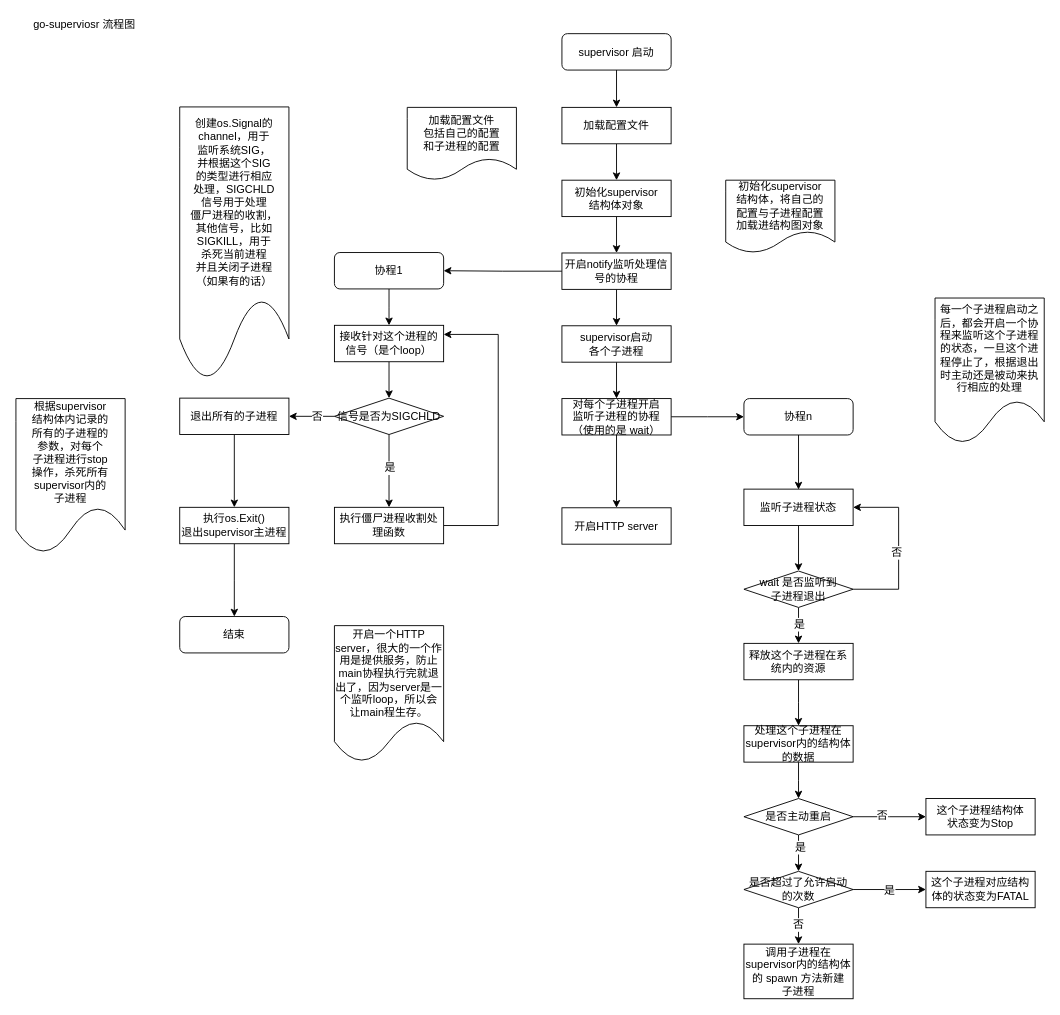
Before: go-supervisor流程图.drawio in LiErhua/draw.io, a draw.io diagram. Source tidied: cells renumbered, new cells numbered last; positions are measured from the earlier drawing's top-left corner, leaving out a move shared by most shapes. Both pictures are drawn from the tidied source at 91%, with x=0, y=0 at pixel (15, 15).
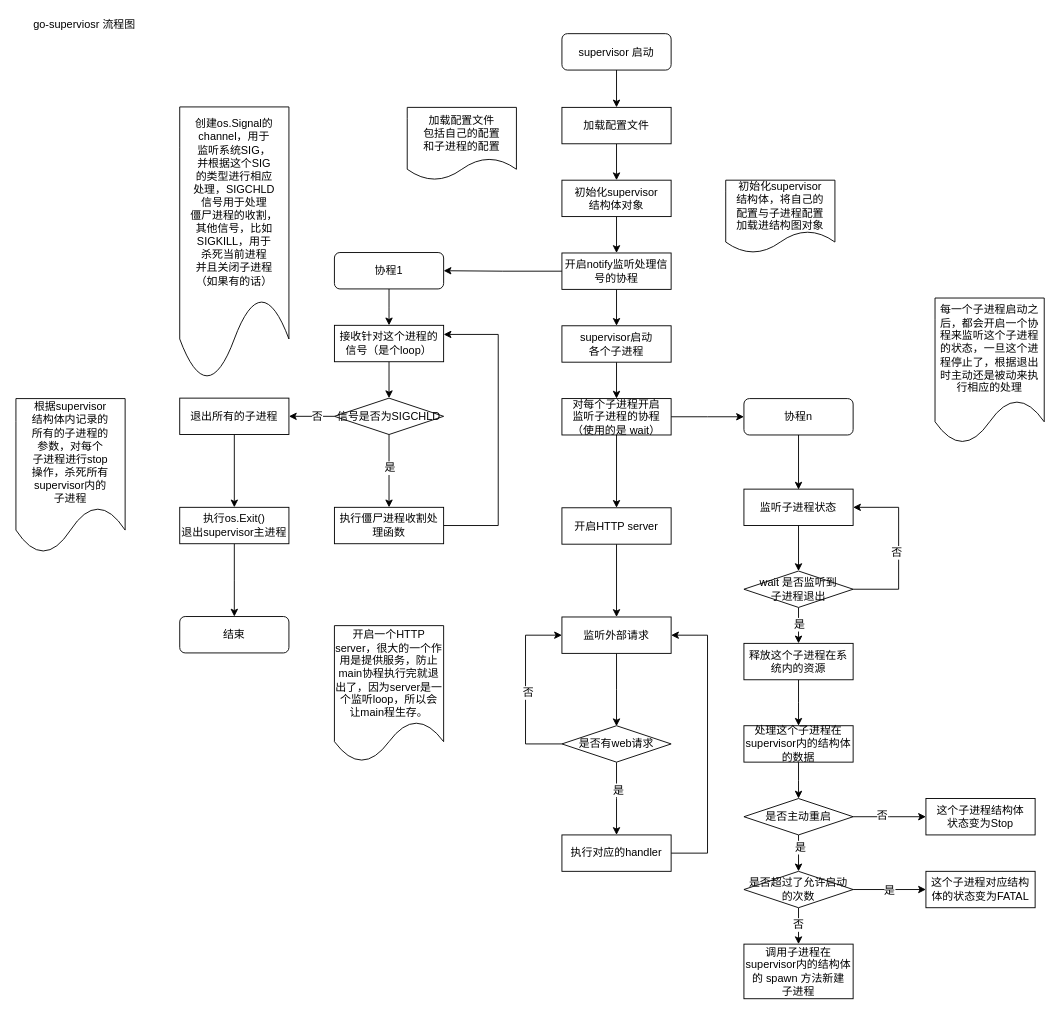
The same page after the edit.

The change refers to these unchanged cells:
```xml
<mxCell id="17" value="开启HTTP server" style="rounded=0;whiteSpace=wrap;html=1;" parent="1" vertex="1">
  <mxGeometry x="600" y="540.5" width="120" height="40" as="geometry" />
</mxCell>
```

The edit, as a diff of the source:
```diff
@@
+    <mxCell id="66" style="edgeStyle=orthogonalEdgeStyle;rounded=0;jettySize=auto;html=1;" parent="1" edge="1" source="17" target="68">
+      <mxGeometry relative="1" as="geometry" />
+    </mxCell>
@@
+    <mxCell id="67" style="edgeStyle=orthogonalEdgeStyle;rounded=0;jettySize=auto;html=1;" parent="1" edge="1" source="68">
+      <mxGeometry relative="1" as="geometry">
+        <mxPoint x="660" y="780.5" as="targetPoint" />
+      </mxGeometry>
+    </mxCell>
+    <mxCell id="68" value="监听外部请求" style="rounded=0;whiteSpace=wrap;html=1;" parent="1" vertex="1">
+      <mxGeometry x="600" y="660.5" width="120" height="40" as="geometry" />
+    </mxCell>
@@
+    <mxCell id="69" style="edgeStyle=orthogonalEdgeStyle;rounded=0;jettySize=auto;html=1;" parent="1" edge="1" source="73">
+      <mxGeometry relative="1" as="geometry">
+        <mxPoint x="660" y="900" as="targetPoint" />
+      </mxGeometry>
+    </mxCell>
+    <mxCell id="70" value="是" style="text;html=1;align=center;verticalAlign=middle;labelBackgroundColor=#ffffff;" parent="69" vertex="1">
+      <mxGeometry x="-0.26" y="1" relative="1" as="geometry" />
+    </mxCell>
+    <mxCell id="71" style="edgeStyle=orthogonalEdgeStyle;rounded=0;jettySize=auto;html=1;entryX=0;entryY=0.5;entryDx=0;entryDy=0;" parent="1" edge="1" source="73" target="68">
+      <mxGeometry relative="1" as="geometry">
+        <Array as="points">
+          <mxPoint x="560" y="800" />
+          <mxPoint x="560" y="680" />
+        </Array>
+      </mxGeometry>
+    </mxCell>
+    <mxCell id="72" value="否" style="text;html=1;align=center;verticalAlign=middle;labelBackgroundColor=#ffffff;" parent="71" vertex="1">
+      <mxGeometry x="-0.2" y="-2" relative="1" as="geometry">
+        <mxPoint y="-16.2" as="offset" />
+      </mxGeometry>
+    </mxCell>
+    <mxCell id="73" value="是否有web请求" style="rhombus;whiteSpace=wrap;html=1;" parent="1" vertex="1">
+      <mxGeometry x="600" y="780" width="120" height="40" as="geometry" />
+    </mxCell>
+    <mxCell id="74" style="edgeStyle=orthogonalEdgeStyle;rounded=0;jettySize=auto;html=1;entryX=1;entryY=0.5;entryDx=0;entryDy=0;" parent="1" edge="1" source="75" target="68">
+      <mxGeometry relative="1" as="geometry">
+        <Array as="points">
+          <mxPoint x="760" y="920" />
+          <mxPoint x="760" y="680" />
+        </Array>
+      </mxGeometry>
+    </mxCell>
+    <mxCell id="75" value="执行对应的handler" style="rounded=0;whiteSpace=wrap;html=1;" parent="1" vertex="1">
+      <mxGeometry x="600" y="900" width="120" height="40" as="geometry" />
+    </mxCell>
```
